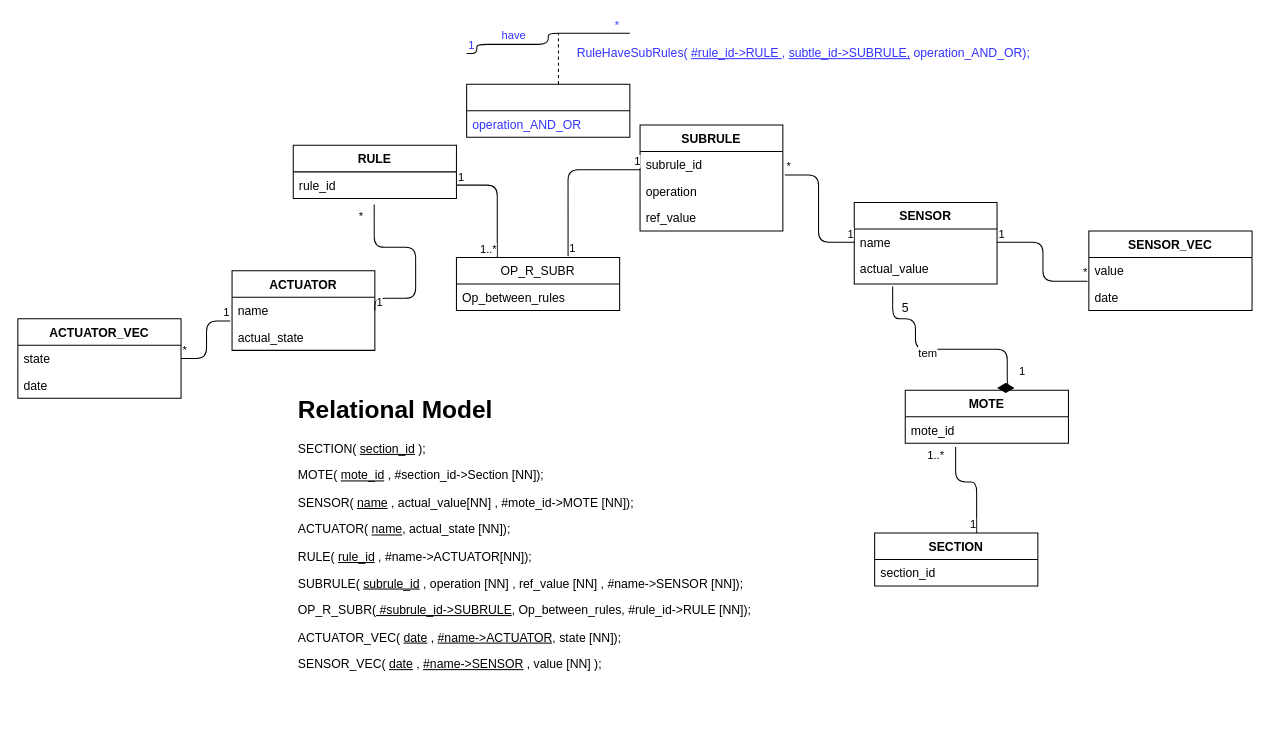
Earlier version of the draw.io diagram squematics/DB.drawio (Automation-yatata/Industry4.0-PizzaPlace). Source tidied: cells renumbered, new cells numbered last; positions are measured from the earlier drawing's top-left corner, leaving out a move shared by most shapes. Both pictures are drawn from the tidied source at 102%, with x=0, y=0 at pixel (17, 33).
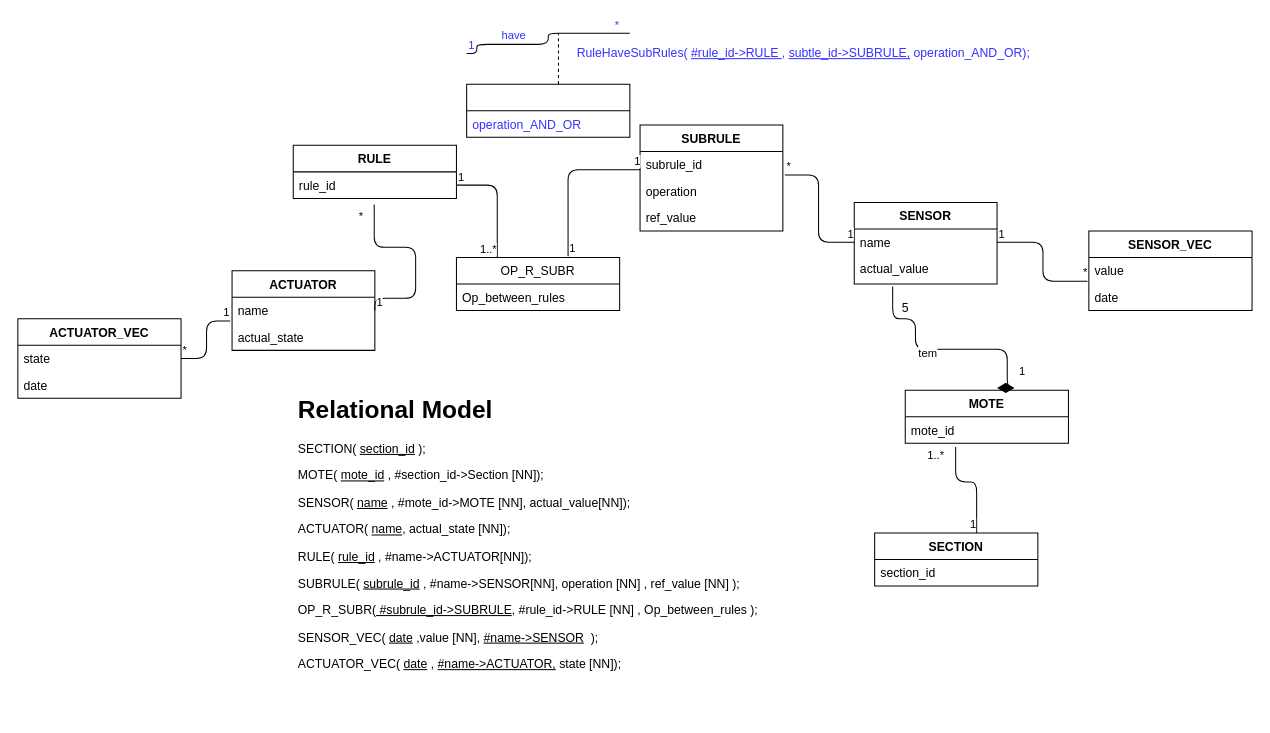
The same diagram, later.

The edit, as a diff of the source:
```diff
@@
-    <mxCell id="36" value="&lt;h1&gt;Relational Model&lt;/h1&gt;&lt;p&gt;SECTION(&amp;nbsp;&lt;u&gt;section_id&lt;/u&gt;&amp;nbsp;);&amp;nbsp;&lt;br&gt;&lt;/p&gt;&lt;p&gt;MOTE(&amp;nbsp;&lt;u&gt;mote_id&lt;/u&gt;&amp;nbsp;, #section_id-&amp;gt;Section [NN]);&lt;br&gt;&lt;/p&gt;&lt;p&gt;SENSOR(&amp;nbsp;&lt;u&gt;name&lt;/u&gt;&amp;nbsp;, actual_value[NN] , #mote_id-&amp;gt;MOTE [NN]);&lt;br&gt;&lt;/p&gt;&lt;p&gt;ACTUATOR(&amp;nbsp;&lt;u&gt;name&lt;/u&gt;, actual_state [NN]);&lt;/p&gt;&lt;p&gt;RULE( &lt;u&gt;rule_id&lt;/u&gt; , #name-&amp;gt;ACTUATOR[NN]);&lt;/p&gt;&lt;p&gt;&lt;span&gt;SUBRULE(&amp;nbsp;&lt;/span&gt;&lt;u&gt;subrule_id&lt;/u&gt;&lt;span&gt;&amp;nbsp;, operation [NN] , ref_value [NN] , #name-&amp;gt;SENSOR [NN]);&lt;/span&gt;&lt;br&gt;&lt;/p&gt;&lt;p&gt;OP_R_SUBR(&lt;u&gt;&amp;nbsp;#subrule_id-&amp;gt;SUBRULE&lt;/u&gt;, Op_between_rules, #rule_id-&amp;gt;RULE [NN]);&lt;/p&gt;&lt;div&gt;&lt;span&gt;ACTUATOR_VEC( &lt;/span&gt;&lt;u&gt;date&lt;/u&gt;&lt;span&gt;&amp;nbsp;,&amp;nbsp;&lt;/span&gt;&lt;u&gt;#name-&amp;gt;ACTUATOR,&lt;/u&gt;&lt;span&gt;&amp;nbsp;state [NN]);&lt;/span&gt;&lt;br&gt;&lt;/div&gt;&lt;p&gt;&lt;span&gt;SENSOR_VEC( &lt;/span&gt;&lt;u&gt;date&lt;/u&gt;&lt;span&gt;&amp;nbsp;,&amp;nbsp;&lt;/span&gt;&lt;u&gt;#name-&amp;gt;SENSOR&lt;/u&gt;&lt;span&gt;&amp;nbsp;, value [NN] );&lt;/span&gt;&lt;/p&gt;" style="text;html=1;strokeColor=none;fillColor=none;spacing=5;spacingTop=-20;whiteSpace=wrap;overflow=hidden;rounded=0;" parent="1" vertex="1">
+    <mxCell id="36" value="&lt;h1&gt;Relational Model&lt;/h1&gt;&lt;p&gt;SECTION(&amp;nbsp;&lt;u&gt;section_id&lt;/u&gt;&amp;nbsp;);&amp;nbsp;&lt;br&gt;&lt;/p&gt;&lt;p&gt;MOTE(&amp;nbsp;&lt;u&gt;mote_id&lt;/u&gt;&amp;nbsp;, #section_id-&amp;gt;Section [NN]);&lt;br&gt;&lt;/p&gt;&lt;p&gt;SENSOR(&amp;nbsp;&lt;u&gt;name&lt;/u&gt;&amp;nbsp;, #mote_id-&amp;gt;MOTE [NN], actual_value[NN]&lt;span&gt;);&lt;/span&gt;&lt;/p&gt;&lt;p&gt;ACTUATOR(&amp;nbsp;&lt;u&gt;name&lt;/u&gt;, actual_state [NN]);&lt;/p&gt;&lt;p&gt;RULE( &lt;u&gt;rule_id&lt;/u&gt; , #name-&amp;gt;ACTUATOR[NN]);&lt;/p&gt;&lt;p&gt;&lt;span&gt;SUBRULE(&amp;nbsp;&lt;/span&gt;&lt;u&gt;subrule_id&lt;/u&gt;&lt;span&gt;&amp;nbsp;, #name-&amp;gt;SENSOR[NN], operation [NN] , ref_value [NN] );&lt;/span&gt;&lt;br&gt;&lt;/p&gt;&lt;p&gt;OP_R_SUBR(&lt;u&gt;&amp;nbsp;#subrule_id-&amp;gt;SUBRULE&lt;/u&gt;, #rule_id-&amp;gt;RULE [NN] , Op_between_rules );&lt;/p&gt;&lt;p&gt;&lt;span&gt;SENSOR_VEC(&amp;nbsp;&lt;/span&gt;&lt;u&gt;date&lt;/u&gt;&lt;span&gt;&amp;nbsp;,value [NN],&amp;nbsp;&lt;/span&gt;&lt;u&gt;#name-&amp;gt;SENSOR&lt;/u&gt;&lt;span&gt;&amp;nbsp; );&lt;/span&gt;&lt;br&gt;&lt;/p&gt;&lt;div&gt;&lt;span&gt;ACTUATOR_VEC( &lt;/span&gt;&lt;u&gt;date&lt;/u&gt;&lt;span&gt;&amp;nbsp;,&amp;nbsp;&lt;/span&gt;&lt;u&gt;#name-&amp;gt;ACTUATOR,&lt;/u&gt;&lt;span&gt;&amp;nbsp;state [NN]);&lt;/span&gt;&lt;br&gt;&lt;/div&gt;&lt;p&gt;&lt;br&gt;&lt;/p&gt;" style="text;html=1;strokeColor=none;fillColor=none;spacing=5;spacingTop=-20;whiteSpace=wrap;overflow=hidden;rounded=0;" parent="1" vertex="1">
       <mxGeometry x="270" y="350" width="500" height="320" as="geometry" />
     </mxCell>
```
